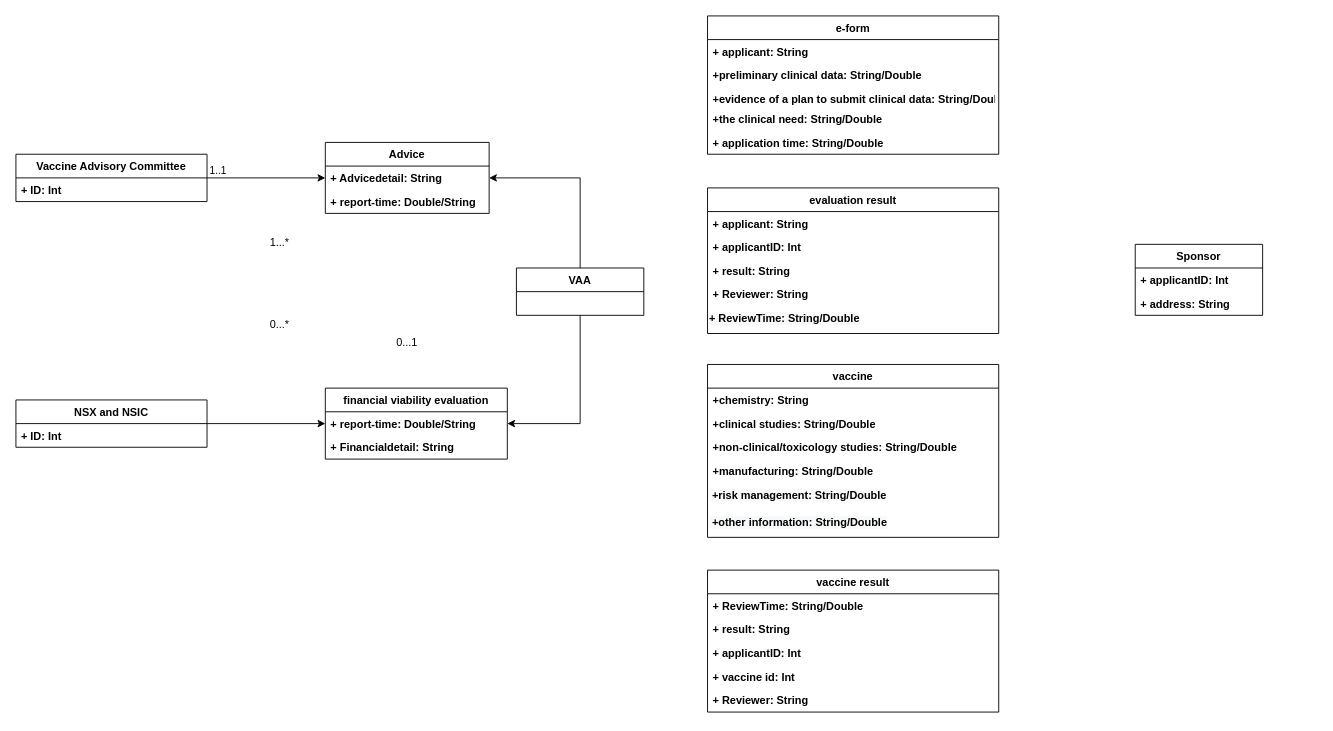
Before: page "Page-1" (1 of 2) of class.drawio in forthegame/ANU2024, a draw.io diagram. Source tidied: cells renumbered, new cells numbered last; positions are measured from the earlier drawing's top-left corner, leaving out a move shared by most shapes. Both pictures are drawn from the tidied source at 91%, with x=0, y=0 at pixel (15, 15).
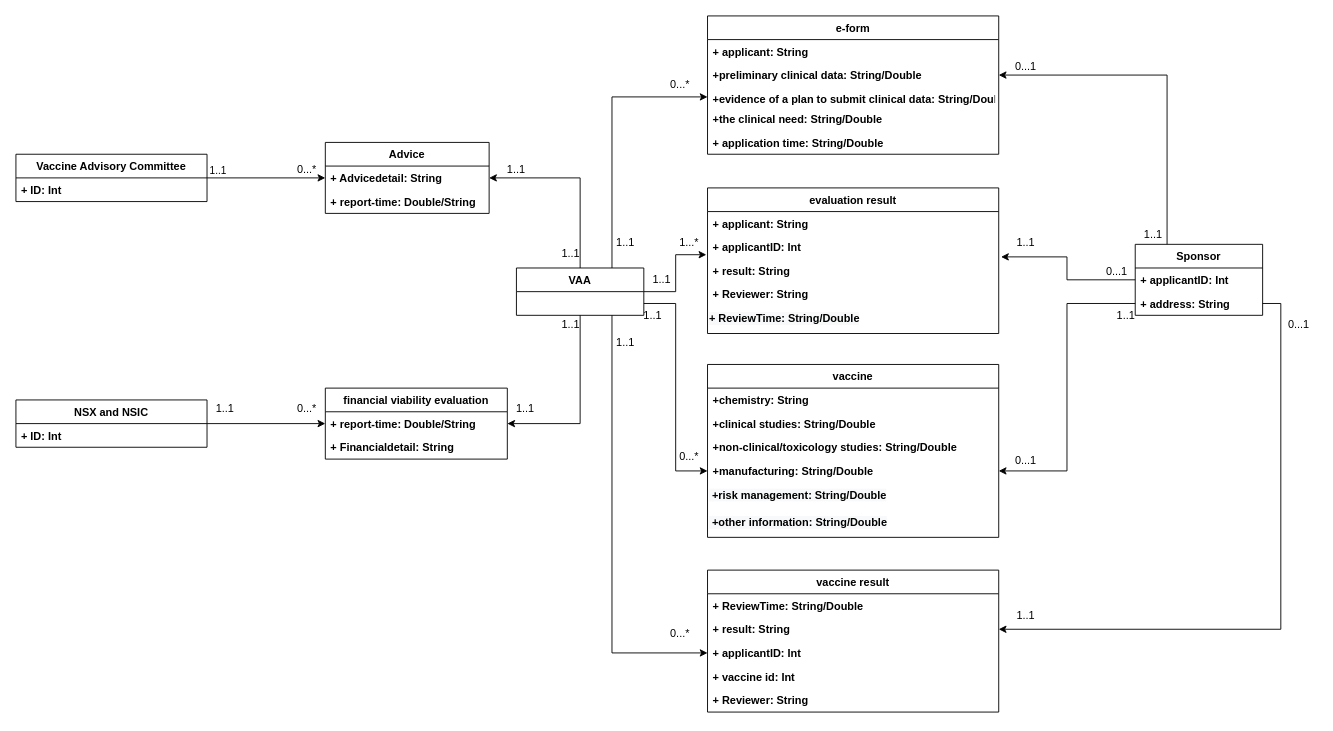
After the change.

Unchanged cells that the change refers to:
```xml
<mxCell id="4" value="+preliminary clinical data: String/Double" style="text;strokeColor=none;fillColor=none;align=left;verticalAlign=top;spacingLeft=4;spacingRight=4;overflow=hidden;points=[[0,0.5],[1,0.5]];portConstraint=eastwest;fontStyle=1;" parent="2" vertex="1">
  <mxGeometry y="52" width="320" height="26" as="geometry" />
</mxCell>
<mxCell id="5" value="+evidence of a plan to submit clinical data: String/Double" style="text;strokeColor=none;fillColor=none;align=left;verticalAlign=top;spacingLeft=4;spacingRight=4;overflow=hidden;points=[[0,0.5],[1,0.5]];portConstraint=eastwest;fontStyle=1;" parent="2" vertex="1">
  <mxGeometry y="78" width="320" height="22" as="geometry" />
</mxCell>
<mxCell id="12" value="+manufacturing: String/Double" style="text;strokeColor=none;fillColor=none;align=left;verticalAlign=top;spacingLeft=4;spacingRight=4;overflow=hidden;points=[[0,0.5],[1,0.5]];portConstraint=eastwest;fontStyle=1;" parent="8" vertex="1">
  <mxGeometry y="104" width="320" height="26" as="geometry" />
</mxCell>
<mxCell id="17" value="+ result: String" style="text;strokeColor=none;fillColor=none;align=left;verticalAlign=top;spacingLeft=4;spacingRight=4;overflow=hidden;points=[[0,0.5],[1,0.5]];portConstraint=eastwest;fontStyle=1;" parent="15" vertex="1">
  <mxGeometry y="52" width="320" height="26" as="geometry" />
</mxCell>
<mxCell id="18" value="+ applicantID: Int" style="text;strokeColor=none;fillColor=none;align=left;verticalAlign=top;spacingLeft=4;spacingRight=4;overflow=hidden;points=[[0,0.5],[1,0.5]];portConstraint=eastwest;fontStyle=1;" parent="15" vertex="1">
  <mxGeometry y="78" width="320" height="26" as="geometry" />
</mxCell>
<mxCell id="23" value="+ applicantID: Int" style="text;strokeColor=none;fillColor=none;align=left;verticalAlign=top;spacingLeft=4;spacingRight=4;overflow=hidden;points=[[0,0.5],[1,0.5]];portConstraint=eastwest;fontStyle=1;" parent="21" vertex="1">
  <mxGeometry y="52" width="320" height="26" as="geometry" />
</mxCell>
<mxCell id="24" value="+ result: String" style="text;strokeColor=none;fillColor=none;align=left;verticalAlign=top;spacingLeft=4;spacingRight=4;overflow=hidden;points=[[0,0.5],[1,0.5]];portConstraint=eastwest;fontStyle=1;" parent="21" vertex="1">
  <mxGeometry y="78" width="320" height="26" as="geometry" />
</mxCell>
<mxCell id="29" value="VAA" style="swimlane;fontStyle=1;horizontal=1;startSize=26;fillColor=none;" parent="1" vertex="1">
  <mxGeometry x="550" y="277" width="140" height="52" as="geometry" />
</mxCell>
<mxCell id="30" value="Sponsor" style="swimlane;fontStyle=1;horizontal=1;startSize=26;fillColor=none;" parent="1" vertex="1">
  <mxGeometry x="1230" y="251" width="140" height="78" as="geometry" />
</mxCell>
<mxCell id="31" value="+ applicantID: Int" style="text;strokeColor=none;fillColor=none;align=left;verticalAlign=top;spacingLeft=4;spacingRight=4;overflow=hidden;points=[[0,0.5],[1,0.5]];portConstraint=eastwest;fontStyle=1;" parent="30" vertex="1">
  <mxGeometry y="26" width="140" height="26" as="geometry" />
</mxCell>
<mxCell id="32" value="+ address: String" style="text;strokeColor=none;fillColor=none;align=left;verticalAlign=top;spacingLeft=4;spacingRight=4;overflow=hidden;points=[[0,0.5],[1,0.5]];portConstraint=eastwest;fontStyle=1;" parent="30" vertex="1">
  <mxGeometry y="52" width="140" height="26" as="geometry" />
</mxCell>
```

The edit, as a diff of the source:
```diff
@@
+    <mxCell id="49" style="edgeStyle=orthogonalEdgeStyle;rounded=0;jettySize=auto;html=1;exitX=0.75;exitY=0;exitDx=0;exitDy=0;" parent="1" edge="1" source="29" target="5">
+      <mxGeometry relative="1" as="geometry" />
+    </mxCell>
+    <mxCell id="50" style="edgeStyle=orthogonalEdgeStyle;rounded=0;jettySize=auto;html=1;exitX=1;exitY=0.5;exitDx=0;exitDy=0;entryX=-0.004;entryY=0.823;entryDx=0;entryDy=0;entryPerimeter=0;" parent="1" edge="1" source="29" target="23">
+      <mxGeometry relative="1" as="geometry" />
+    </mxCell>
+    <mxCell id="51" style="edgeStyle=orthogonalEdgeStyle;rounded=0;jettySize=auto;html=1;exitX=1;exitY=0.75;exitDx=0;exitDy=0;" parent="1" edge="1" source="29" target="12">
+      <mxGeometry relative="1" as="geometry" />
+    </mxCell>
+    <mxCell id="52" style="edgeStyle=orthogonalEdgeStyle;rounded=0;jettySize=auto;html=1;exitX=0.75;exitY=1;exitDx=0;exitDy=0;entryX=0;entryY=0.5;entryDx=0;entryDy=0;" parent="1" edge="1" source="29" target="18">
+      <mxGeometry relative="1" as="geometry" />
+    </mxCell>
@@
+    <mxCell id="53" style="edgeStyle=orthogonalEdgeStyle;rounded=0;jettySize=auto;html=1;exitX=0.25;exitY=0;exitDx=0;exitDy=0;entryX=1;entryY=0.5;entryDx=0;entryDy=0;" parent="1" edge="1" source="30" target="4">
+      <mxGeometry relative="1" as="geometry" />
+    </mxCell>
@@
+    <mxCell id="48" value="0...*" style="text;html=1;strokeColor=none;fillColor=none;align=center;verticalAlign=middle;whiteSpace=wrap;rounded=0;" parent="1" vertex="1">
+      <mxGeometry x="300" y="159" width="40" height="20" as="geometry" />
+    </mxCell>
+    <mxCell id="54" style="edgeStyle=orthogonalEdgeStyle;rounded=0;jettySize=auto;html=1;exitX=0;exitY=0.5;exitDx=0;exitDy=0;entryX=1.008;entryY=-0.085;entryDx=0;entryDy=0;entryPerimeter=0;" parent="1" edge="1" source="31" target="24">
+      <mxGeometry relative="1" as="geometry" />
+    </mxCell>
+    <mxCell id="55" style="edgeStyle=orthogonalEdgeStyle;rounded=0;jettySize=auto;html=1;exitX=0;exitY=0.5;exitDx=0;exitDy=0;entryX=1;entryY=0.5;entryDx=0;entryDy=0;" parent="1" edge="1" source="32" target="12">
+      <mxGeometry relative="1" as="geometry" />
+    </mxCell>
+    <mxCell id="56" style="edgeStyle=orthogonalEdgeStyle;rounded=0;jettySize=auto;html=1;exitX=1;exitY=0.5;exitDx=0;exitDy=0;entryX=1;entryY=0.5;entryDx=0;entryDy=0;" parent="1" edge="1" source="32" target="17">
+      <mxGeometry relative="1" as="geometry" />
+    </mxCell>
+    <mxCell id="57" value="1..1" style="text;html=1;strokeColor=none;fillColor=none;align=center;verticalAlign=middle;whiteSpace=wrap;rounded=0;" parent="1" vertex="1">
+      <mxGeometry x="530" y="159" width="40" height="20" as="geometry" />
+    </mxCell>
+    <mxCell id="58" value="1..1" style="text;html=1;strokeColor=none;fillColor=none;align=center;verticalAlign=middle;whiteSpace=wrap;rounded=0;" parent="1" vertex="1">
+      <mxGeometry x="590" y="251" width="40" height="20" as="geometry" />
+    </mxCell>
+    <mxCell id="59" value="1..1" style="text;html=1;strokeColor=none;fillColor=none;align=center;verticalAlign=middle;whiteSpace=wrap;rounded=0;" parent="1" vertex="1">
+      <mxGeometry x="650" y="239" width="40" height="20" as="geometry" />
+    </mxCell>
+    <mxCell id="60" value="0...*" style="text;html=1;strokeColor=none;fillColor=none;align=center;verticalAlign=middle;whiteSpace=wrap;rounded=0;" parent="1" vertex="1">
+      <mxGeometry x="710" y="66" width="40" height="20" as="geometry" />
+    </mxCell>
     <mxCell id="46" value="1...*" style="text;html=1;strokeColor=none;fillColor=none;align=center;verticalAlign=middle;whiteSpace=wrap;rounded=0;" parent="1" vertex="1">
-      <mxGeometry x="270" y="239" width="40" height="20" as="geometry" />
+      <mxGeometry x="720" y="239" width="40" height="20" as="geometry" />
     </mxCell>
-    <mxCell id="47" value="0...1" style="text;html=1;strokeColor=none;fillColor=none;align=center;verticalAlign=middle;whiteSpace=wrap;rounded=0;" parent="1" vertex="1">
-      <mxGeometry x="410" y="349" width="40" height="20" as="geometry" />
-    </mxCell>
-    <mxCell id="48" value="0...*" style="text;html=1;strokeColor=none;fillColor=none;align=center;verticalAlign=middle;whiteSpace=wrap;rounded=0;" parent="1" vertex="1">
-      <mxGeometry x="270" y="329" width="40" height="20" as="geometry" />
-    </mxCell>
+    <mxCell id="61" value="1..1" style="text;html=1;strokeColor=none;fillColor=none;align=center;verticalAlign=middle;whiteSpace=wrap;rounded=0;" parent="1" vertex="1">
+      <mxGeometry x="690" y="280" width="40" height="20" as="geometry" />
+    </mxCell>
+    <mxCell id="62" value="1..1" style="text;html=1;strokeColor=none;fillColor=none;align=center;verticalAlign=middle;whiteSpace=wrap;rounded=0;" parent="1" vertex="1">
+      <mxGeometry x="680" y="319" width="40" height="20" as="geometry" />
+    </mxCell>
+    <mxCell id="63" value="1..1" style="text;html=1;strokeColor=none;fillColor=none;align=center;verticalAlign=middle;whiteSpace=wrap;rounded=0;" parent="1" vertex="1">
+      <mxGeometry x="650" y="349" width="40" height="20" as="geometry" />
+    </mxCell>
+    <mxCell id="64" value="1..1" style="text;html=1;strokeColor=none;fillColor=none;align=center;verticalAlign=middle;whiteSpace=wrap;rounded=0;" parent="1" vertex="1">
+      <mxGeometry x="1230" y="231" width="40" height="20" as="geometry" />
+    </mxCell>
+    <mxCell id="65" value="1..1" style="text;html=1;strokeColor=none;fillColor=none;align=center;verticalAlign=middle;whiteSpace=wrap;rounded=0;" parent="1" vertex="1">
+      <mxGeometry x="1200" y="319" width="40" height="20" as="geometry" />
+    </mxCell>
+    <mxCell id="66" value="0...1" style="text;html=1;strokeColor=none;fillColor=none;align=center;verticalAlign=middle;whiteSpace=wrap;rounded=0;" parent="1" vertex="1">
+      <mxGeometry x="1390" y="329" width="40" height="20" as="geometry" />
+    </mxCell>
+    <mxCell id="67" value="0...1" style="text;html=1;strokeColor=none;fillColor=none;align=center;verticalAlign=middle;whiteSpace=wrap;rounded=0;" parent="1" vertex="1">
+      <mxGeometry x="1190" y="271" width="40" height="20" as="geometry" />
+    </mxCell>
+    <mxCell id="68" value="1..1" style="text;html=1;strokeColor=none;fillColor=none;align=center;verticalAlign=middle;whiteSpace=wrap;rounded=0;" parent="1" vertex="1">
+      <mxGeometry x="1090" y="239" width="40" height="20" as="geometry" />
+    </mxCell>
+    <mxCell id="69" value="1..1" style="text;html=1;strokeColor=none;fillColor=none;align=center;verticalAlign=middle;whiteSpace=wrap;rounded=0;" parent="1" vertex="1">
+      <mxGeometry x="1090" y="649" width="40" height="20" as="geometry" />
+    </mxCell>
+    <mxCell id="70" value="0...1" style="text;html=1;strokeColor=none;fillColor=none;align=center;verticalAlign=middle;whiteSpace=wrap;rounded=0;" parent="1" vertex="1">
+      <mxGeometry x="1090" y="479" width="40" height="20" as="geometry" />
+    </mxCell>
+    <mxCell id="71" value="0...1" style="text;html=1;strokeColor=none;fillColor=none;align=center;verticalAlign=middle;whiteSpace=wrap;rounded=0;" parent="1" vertex="1">
+      <mxGeometry x="1090" y="46" width="40" height="20" as="geometry" />
+    </mxCell>
+    <mxCell id="72" value="0...*" style="text;html=1;strokeColor=none;fillColor=none;align=center;verticalAlign=middle;whiteSpace=wrap;rounded=0;" parent="1" vertex="1">
+      <mxGeometry x="720" y="474" width="40" height="20" as="geometry" />
+    </mxCell>
+    <mxCell id="73" value="0...*" style="text;html=1;strokeColor=none;fillColor=none;align=center;verticalAlign=middle;whiteSpace=wrap;rounded=0;" parent="1" vertex="1">
+      <mxGeometry x="710" y="669" width="40" height="20" as="geometry" />
+    </mxCell>
+    <mxCell id="74" value="0...*" style="text;html=1;strokeColor=none;fillColor=none;align=center;verticalAlign=middle;whiteSpace=wrap;rounded=0;" parent="1" vertex="1">
+      <mxGeometry x="300" y="422" width="40" height="20" as="geometry" />
+    </mxCell>
+    <mxCell id="75" value="1..1" style="text;html=1;strokeColor=none;fillColor=none;align=center;verticalAlign=middle;whiteSpace=wrap;rounded=0;" parent="1" vertex="1">
+      <mxGeometry x="210" y="422" width="40" height="20" as="geometry" />
+    </mxCell>
+    <mxCell id="76" value="1..1" style="text;html=1;strokeColor=none;fillColor=none;align=center;verticalAlign=middle;whiteSpace=wrap;rounded=0;" parent="1" vertex="1">
+      <mxGeometry x="590" y="329" width="40" height="20" as="geometry" />
+    </mxCell>
+    <mxCell id="77" value="1..1" style="text;html=1;strokeColor=none;fillColor=none;align=center;verticalAlign=middle;whiteSpace=wrap;rounded=0;" parent="1" vertex="1">
+      <mxGeometry x="540" y="422" width="40" height="20" as="geometry" />
+    </mxCell>
```
